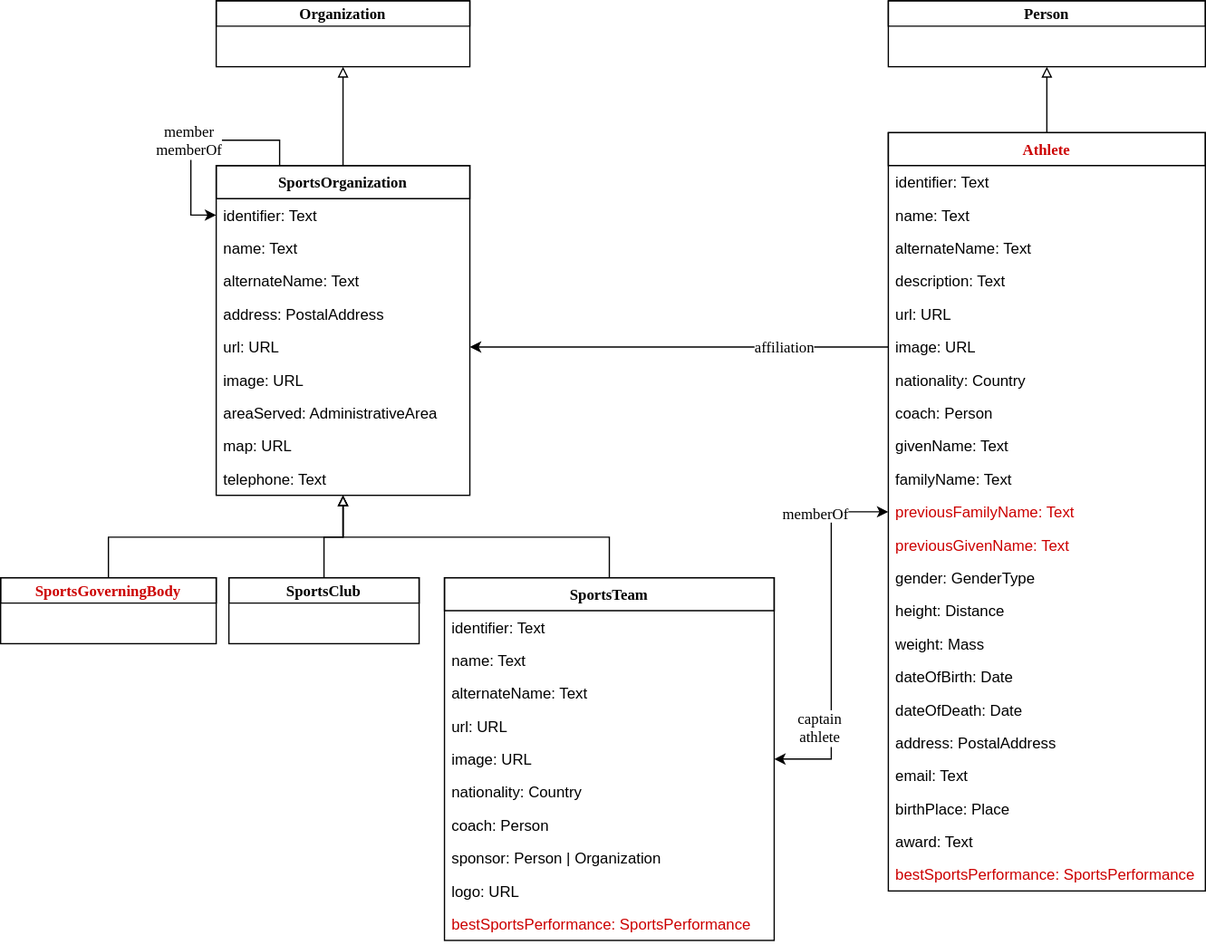
Above: spec/model/images/competitor_model.svg in w3c/opentrack-cg (draw.io), before the change. Source tidied: cells renumbered, new cells last; positions are measured from the earlier drawing's top-left corner, leaving out a move shared by most shapes.
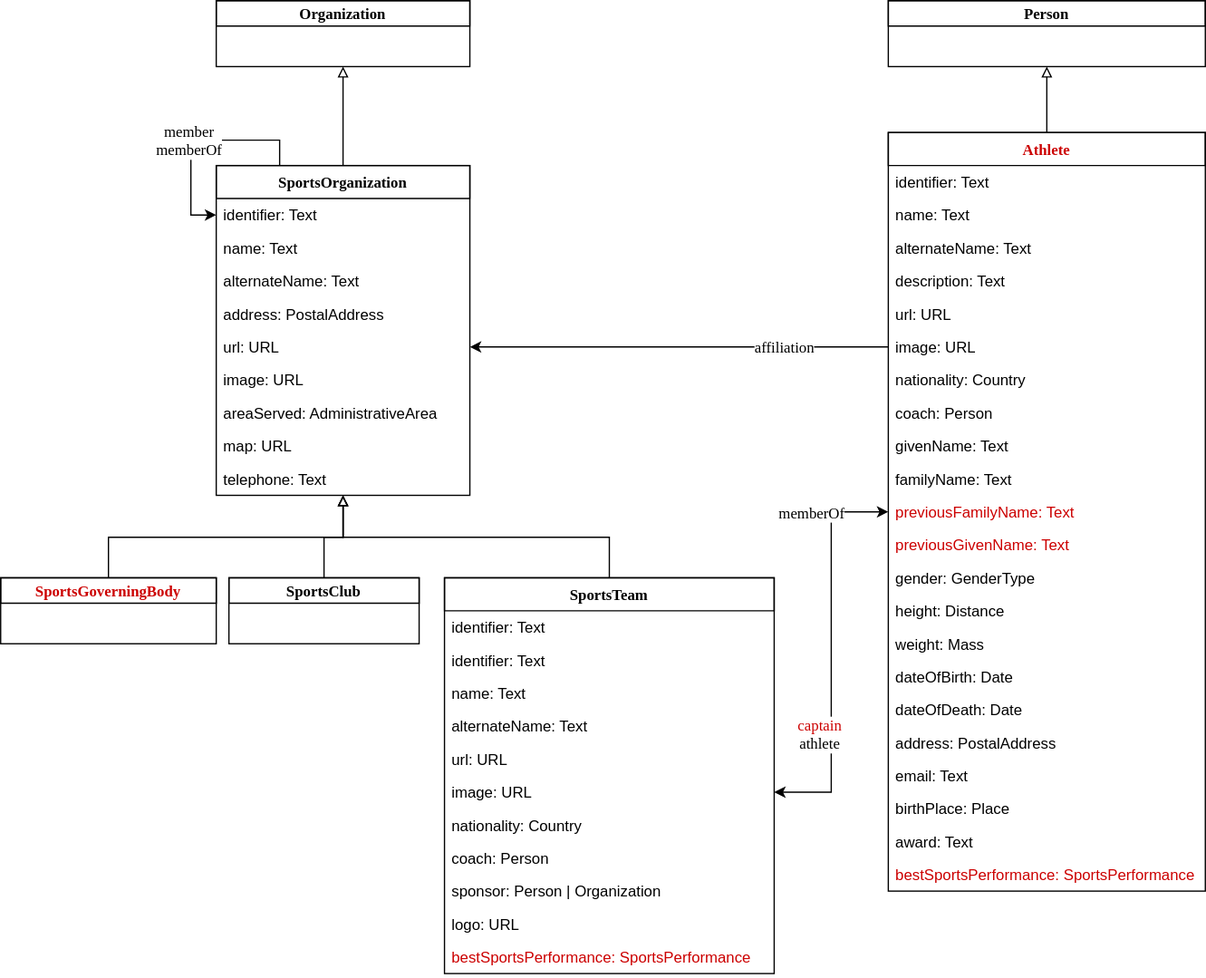
Later version of the same file.

Diff of the diagram source:
```diff
@@ -120,37 +120,40 @@
       <mxGeometry relative="1" as="geometry" />
     </mxCell>
     <mxCell id="41" value="SportsTeam" style="swimlane;fontStyle=1;horizontal=1;startSize=26;fillColor=none;swimlaneFillColor=#ffffff;strokeColor=#000000;strokeWidth=1;fontFamily=Verdana;fontSize=12;fontColor=#000000;" parent="1" vertex="1">
-      <mxGeometry x="350" y="455" width="260" height="286" as="geometry" />
+      <mxGeometry x="350" y="455" width="260" height="312" as="geometry" />
     </mxCell>
     <mxCell id="42" value="identifier: Text&#10;" style="text;strokeColor=none;fillColor=none;align=left;verticalAlign=top;spacingLeft=4;spacingRight=4;overflow=hidden;" parent="41" vertex="1">
       <mxGeometry y="26" width="260" height="26" as="geometry" />
     </mxCell>
+    <mxCell id="60" value="identifier: Text&#10;" style="text;strokeColor=none;fillColor=none;align=left;verticalAlign=top;spacingLeft=4;spacingRight=4;overflow=hidden;" parent="41" vertex="1">
+      <mxGeometry y="52" width="260" height="26" as="geometry" />
+    </mxCell>
     <mxCell id="43" value="name: Text" style="text;strokeColor=none;fillColor=none;align=left;verticalAlign=top;spacingLeft=4;spacingRight=4;overflow=hidden;" parent="41" vertex="1">
-      <mxGeometry y="52" width="260" height="26" as="geometry" />
+      <mxGeometry y="78" width="260" height="26" as="geometry" />
     </mxCell>
     <mxCell id="44" value="alternateName: Text&#10;" style="text;strokeColor=none;fillColor=none;align=left;verticalAlign=top;spacingLeft=4;spacingRight=4;overflow=hidden;" parent="41" vertex="1">
-      <mxGeometry y="78" width="260" height="26" as="geometry" />
+      <mxGeometry y="104" width="260" height="26" as="geometry" />
     </mxCell>
     <mxCell id="45" value="url: URL&#10;" style="text;strokeColor=none;fillColor=none;align=left;verticalAlign=top;spacingLeft=4;spacingRight=4;overflow=hidden;" parent="41" vertex="1">
-      <mxGeometry y="104" width="260" height="26" as="geometry" />
+      <mxGeometry y="130" width="260" height="26" as="geometry" />
     </mxCell>
     <mxCell id="46" value="image: URL&#10;&#10;" style="text;strokeColor=none;fillColor=none;align=left;verticalAlign=top;spacingLeft=4;spacingRight=4;overflow=hidden;points=[[0,0.5],[1,0.5]];portConstraint=eastwest;" parent="41" vertex="1">
-      <mxGeometry y="130" width="260" height="26" as="geometry" />
+      <mxGeometry y="156" width="260" height="26" as="geometry" />
     </mxCell>
     <mxCell id="47" value="nationality: Country&#10;" style="text;strokeColor=none;fillColor=none;align=left;verticalAlign=top;spacingLeft=4;spacingRight=4;overflow=hidden;" parent="41" vertex="1">
-      <mxGeometry y="156" width="260" height="26" as="geometry" />
+      <mxGeometry y="182" width="260" height="26" as="geometry" />
     </mxCell>
     <mxCell id="48" value="coach: Person" style="text;strokeColor=none;fillColor=none;align=left;verticalAlign=top;spacingLeft=4;spacingRight=4;overflow=hidden;" parent="41" vertex="1">
-      <mxGeometry y="182" width="260" height="26" as="geometry" />
+      <mxGeometry y="208" width="260" height="26" as="geometry" />
     </mxCell>
     <mxCell id="49" value="sponsor: Person | Organization&#10;" style="text;strokeColor=none;fillColor=none;align=left;verticalAlign=top;spacingLeft=4;spacingRight=4;overflow=hidden;" parent="41" vertex="1">
-      <mxGeometry y="208" width="260" height="26" as="geometry" />
+      <mxGeometry y="234" width="260" height="26" as="geometry" />
     </mxCell>
     <mxCell id="50" value="logo: URL&#10;" style="text;strokeColor=none;fillColor=none;align=left;verticalAlign=top;spacingLeft=4;spacingRight=4;overflow=hidden;" parent="41" vertex="1">
-      <mxGeometry y="234" width="260" height="26" as="geometry" />
+      <mxGeometry y="260" width="260" height="26" as="geometry" />
     </mxCell>
     <mxCell id="51" value="bestSportsPerformance: SportsPerformance&#10;" style="text;strokeColor=none;fillColor=none;align=left;verticalAlign=top;spacingLeft=4;spacingRight=4;overflow=hidden;fontColor=#CC0000;" parent="41" vertex="1">
-      <mxGeometry y="260" width="260" height="26" as="geometry" />
+      <mxGeometry y="286" width="260" height="26" as="geometry" />
     </mxCell>
     <mxCell id="52" style="edgeStyle=orthogonalEdgeStyle;rounded=0;html=1;startArrow=block;startFill=0;endArrow=none;endFill=0;jettySize=auto;fontFamily=Verdana;fontSize=12;fontColor=#CC0000;" parent="1" edge="1" source="2" target="41">
       <mxGeometry relative="1" as="geometry" />
@@ -170,7 +173,7 @@
     <mxCell id="57" style="edgeStyle=orthogonalEdgeStyle;rounded=0;html=1;entryX=1;entryY=0.5;startArrow=classic;startFill=1;endArrow=classic;endFill=1;jettySize=auto;fontFamily=Verdana;fontSize=12;fontColor=#CC0000;" parent="1" edge="1" source="13" target="46">
       <mxGeometry relative="1" as="geometry" />
     </mxCell>
-    <mxCell id="58" value="&lt;font color=&quot;#000000&quot;&gt;captain&lt;br&gt;athlete&lt;/font&gt;&lt;br&gt;" style="text;html=1;align=center;verticalAlign=middle;labelBackgroundColor=#ffffff;fontSize=12;fontFamily=Verdana;fontColor=#CC0000;" parent="57" vertex="1">
+    <mxCell id="58" value="captain&lt;br&gt;&lt;font color=&quot;#000000&quot;&gt;athlete&lt;/font&gt;&lt;br&gt;" style="text;html=1;align=center;verticalAlign=middle;labelBackgroundColor=#ffffff;fontSize=12;fontFamily=Verdana;fontColor=#CC0000;" parent="57" vertex="1">
       <mxGeometry x="-0.6" y="2" relative="1" as="geometry">
         <mxPoint x="-7" y="157" as="offset" />
       </mxGeometry>
```
